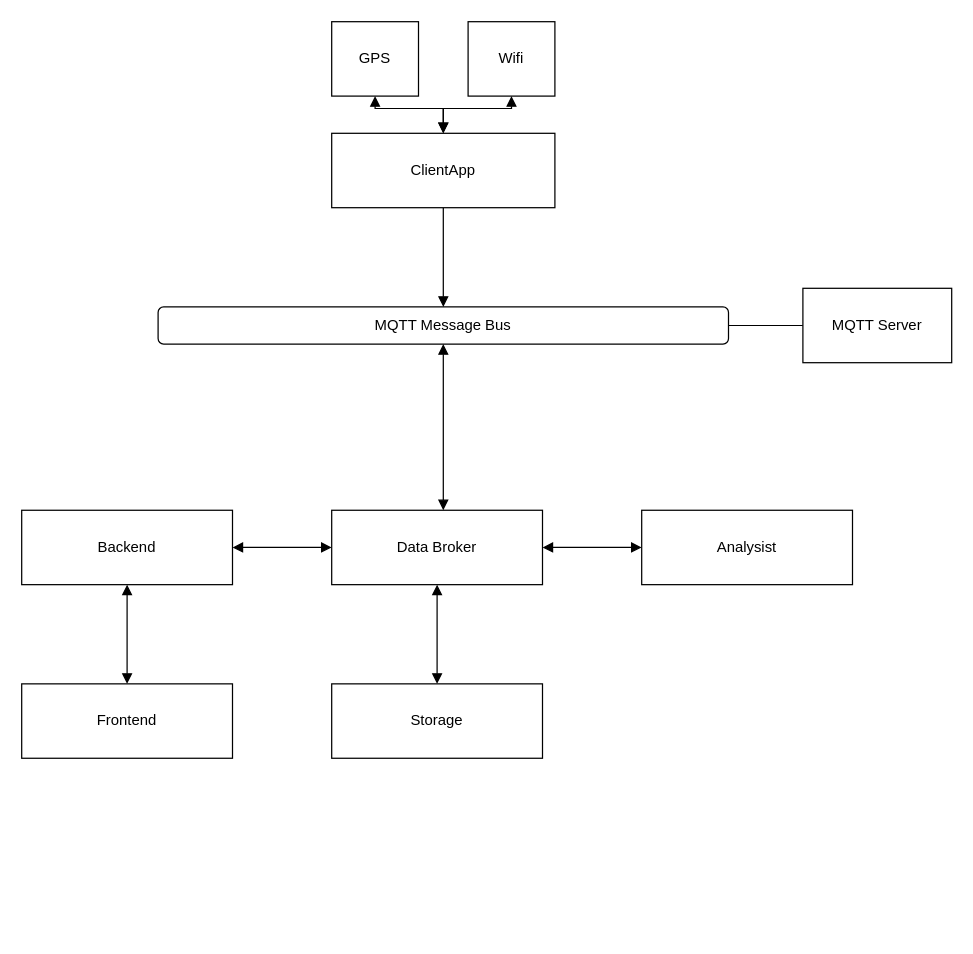
Kirkirillka/GPS_Tracker keeps this draw.io diagram as docs/schemes/architecture/ArchitectureDiagram.drawio. Above is the earlier version. Source tidied: cells renumbered, new cells numbered last; positions are measured from the earlier drawing's top-left corner, leaving out a move shared by most shapes. Both pictures are drawn from the tidied source at 124%, with x=0, y=0 at pixel (21, 21).
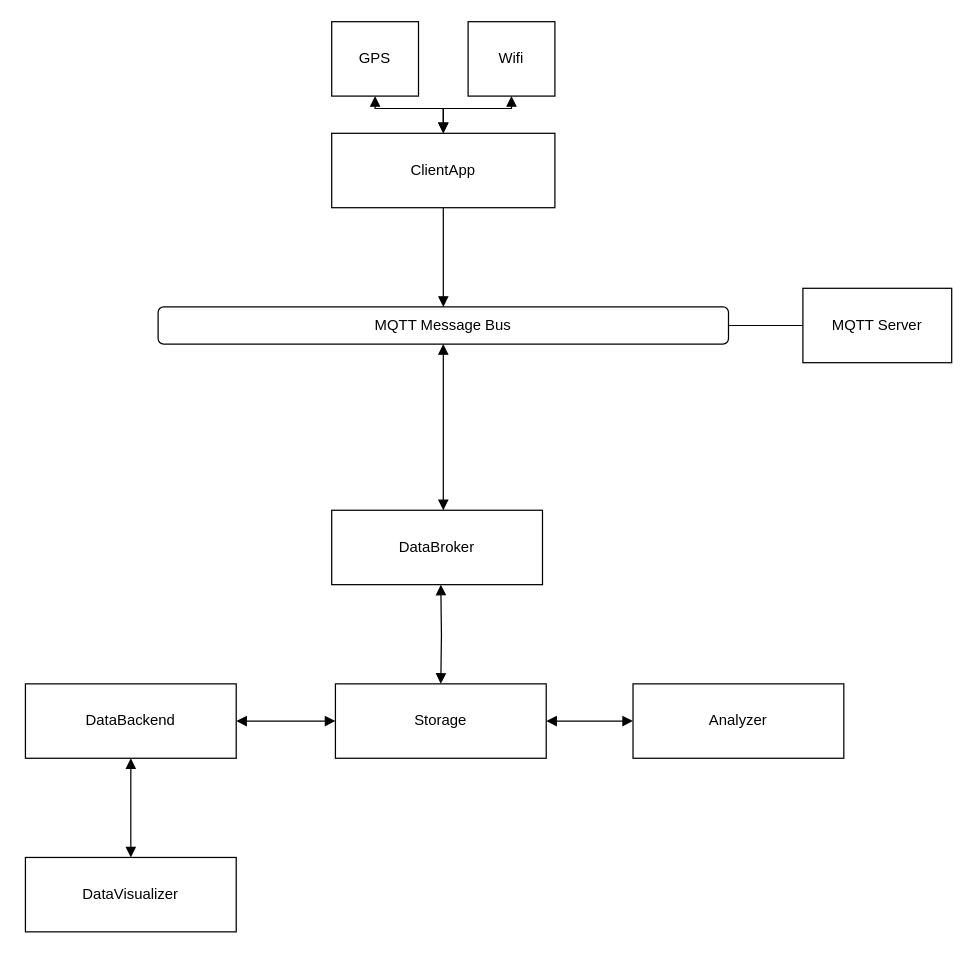
After the change.

The edit, as a diff of the source:
```diff
@@
-    <mxCell id="10" style="edgeStyle=orthogonalEdgeStyle;rounded=0;jettySize=auto;html=1;startArrow=block;startFill=1;endArrow=block;endFill=1;" parent="1" edge="1" source="13" target="18">
-      <mxGeometry relative="1" as="geometry" />
+    <mxCell id="10" style="edgeStyle=orthogonalEdgeStyle;rounded=0;jettySize=auto;html=1;startArrow=block;startFill=1;endArrow=block;endFill=1;" parent="1" edge="1" target="18">
+      <mxGeometry relative="1" as="geometry">
+        <mxPoint x="338" y="454" as="sourcePoint" />
+      </mxGeometry>
     </mxCell>
-    <mxCell id="11" style="edgeStyle=orthogonalEdgeStyle;rounded=0;jettySize=auto;html=1;startArrow=block;startFill=1;endArrow=block;endFill=1;" parent="1" edge="1" source="13" target="17">
+    <mxCell id="11" style="edgeStyle=orthogonalEdgeStyle;rounded=0;jettySize=auto;html=1;startArrow=block;startFill=1;endArrow=block;endFill=1;" parent="1" edge="1" source="18" target="17">
       <mxGeometry relative="1" as="geometry" />
     </mxCell>
-    <mxCell id="12" style="edgeStyle=orthogonalEdgeStyle;rounded=0;jettySize=auto;html=1;startArrow=block;startFill=1;endArrow=block;endFill=1;" parent="1" edge="1" source="13" target="15">
+    <mxCell id="12" style="edgeStyle=orthogonalEdgeStyle;rounded=0;jettySize=auto;html=1;startArrow=block;startFill=1;endArrow=block;endFill=1;" parent="1" edge="1" source="18" target="15">
       <mxGeometry relative="1" as="geometry" />
     </mxCell>
-    <mxCell id="13" value="Data Broker&lt;br&gt;" style="rounded=0;whiteSpace=wrap;html=1;" parent="1" vertex="1">
+    <mxCell id="13" value="DataBroker&lt;br&gt;" style="rounded=0;whiteSpace=wrap;html=1;" parent="1" vertex="1">
       <mxGeometry x="250" y="394" width="170" height="60" as="geometry" />
     </mxCell>
@@
-    <mxCell id="15" value="Backend&lt;br&gt;" style="rounded=0;whiteSpace=wrap;html=1;" parent="1" vertex="1">
-      <mxGeometry y="394" width="170" height="60" as="geometry" />
+    <mxCell id="15" value="DataBackend&lt;br&gt;" style="rounded=0;whiteSpace=wrap;html=1;" parent="1" vertex="1">
+      <mxGeometry x="3" y="534" width="170" height="60" as="geometry" />
     </mxCell>
-    <mxCell id="16" value="Frontend&lt;br&gt;" style="rounded=0;whiteSpace=wrap;html=1;" parent="1" vertex="1">
-      <mxGeometry y="534" width="170" height="60" as="geometry" />
+    <mxCell id="16" value="DataVisualizer&lt;br&gt;" style="rounded=0;whiteSpace=wrap;html=1;" parent="1" vertex="1">
+      <mxGeometry x="3" y="674" width="170" height="60" as="geometry" />
     </mxCell>
-    <mxCell id="17" value="Analysist&lt;br&gt;" style="rounded=0;whiteSpace=wrap;html=1;" parent="1" vertex="1">
-      <mxGeometry x="500" y="394" width="170" height="60" as="geometry" />
+    <mxCell id="17" value="Analyzer&lt;br&gt;" style="rounded=0;whiteSpace=wrap;html=1;" parent="1" vertex="1">
+      <mxGeometry x="493" y="534" width="170" height="60" as="geometry" />
     </mxCell>
     <mxCell id="18" value="Storage&lt;br&gt;" style="rounded=0;whiteSpace=wrap;html=1;" parent="1" vertex="1">
-      <mxGeometry x="250" y="534" width="170" height="60" as="geometry" />
+      <mxGeometry x="253" y="534" width="170" height="60" as="geometry" />
     </mxCell>
```
